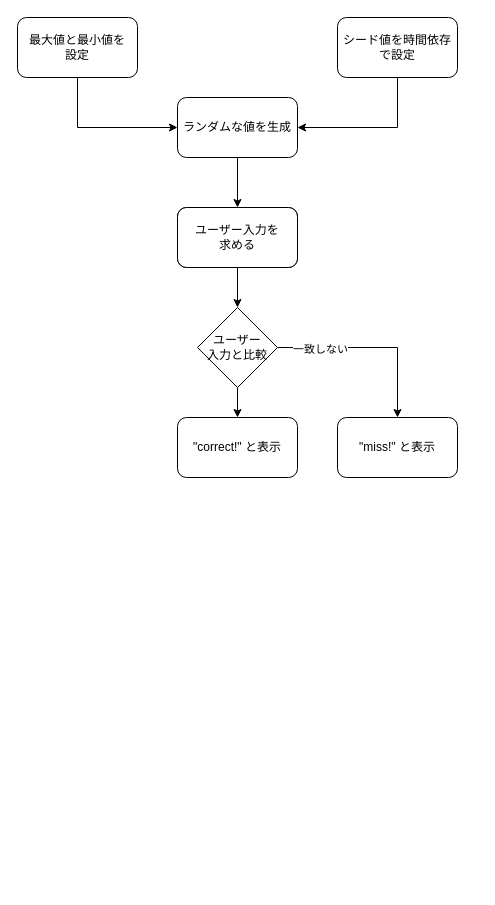
This is 4-2.drawio from Rumia-Channel/Programing_Enshu_1, a draw.io file, before an edit. Source tidied: cells renumbered, new cells numbered last; positions are measured from the earlier drawing's top-left corner, leaving out a move shared by most shapes. Both pictures are drawn from the tidied source at 100%, with x=0, y=0 at pixel (17, 17).
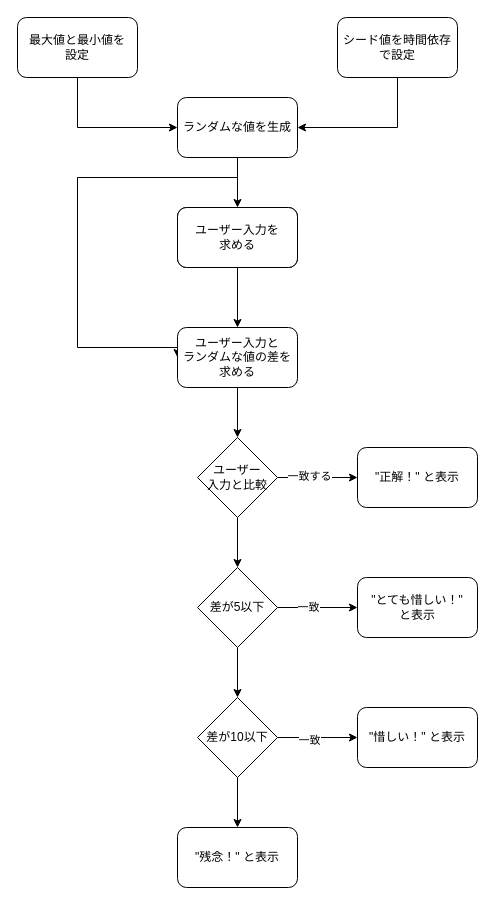
The same diagram, later.

Commit message:
4-2.drawio を更新します

Unchanged cells that the change refers to:
```xml
<mxCell id="4" value="ユーザー入力を&lt;div&gt;求める&lt;/div&gt;" style="rounded=1;whiteSpace=wrap;html=1;" parent="1" vertex="1">
  <mxGeometry x="160" y="190" width="120" height="60" as="geometry" />
</mxCell>
<mxCell id="6" value="ランダムな値を生成" style="rounded=1;whiteSpace=wrap;html=1;" parent="1" vertex="1">
  <mxGeometry x="160" y="80" width="120" height="60" as="geometry" />
</mxCell>
```

Change to the diagram source:
```diff
@@
-    <mxCell id="3" style="edgeStyle=orthogonalEdgeStyle;rounded=0;jettySize=auto;html=1;" parent="1" edge="1" source="4" target="10">
-      <mxGeometry relative="1" as="geometry" />
-    </mxCell>
+    <mxCell id="17" style="edgeStyle=orthogonalEdgeStyle;rounded=0;jettySize=auto;html=1;entryX=0.5;entryY=0;entryDx=0;entryDy=0;" parent="1" edge="1" source="4" target="22">
+      <mxGeometry relative="1" as="geometry" />
+    </mxCell>
@@
+    <mxCell id="18" style="edgeStyle=orthogonalEdgeStyle;rounded=0;jettySize=auto;html=1;entryX=0;entryY=0.5;entryDx=0;entryDy=0;" parent="1" edge="1" source="6" target="22">
+      <mxGeometry relative="1" as="geometry">
+        <Array as="points">
+          <mxPoint x="220" y="160" />
+          <mxPoint x="60" y="160" />
+          <mxPoint x="60" y="330" />
+        </Array>
+      </mxGeometry>
+    </mxCell>
@@
-    <mxCell id="7" style="edgeStyle=orthogonalEdgeStyle;rounded=0;jettySize=auto;html=1;" parent="1" edge="1" source="10" target="11">
-      <mxGeometry relative="1" as="geometry" />
-    </mxCell>
-    <mxCell id="8" style="edgeStyle=orthogonalEdgeStyle;rounded=0;jettySize=auto;html=1;entryX=0.5;entryY=0;entryDx=0;entryDy=0;" parent="1" edge="1" source="10" target="12">
+    <mxCell id="8" style="edgeStyle=orthogonalEdgeStyle;rounded=0;jettySize=auto;html=1;" parent="1" edge="1" source="10" target="12">
       <mxGeometry relative="1" as="geometry" />
     </mxCell>
-    <mxCell id="9" value="一致しない" style="edgeLabel;html=1;align=center;verticalAlign=middle;" parent="8" vertex="1">
-      <mxGeometry x="-0.56" y="-1" relative="1" as="geometry" />
-    </mxCell>
+    <mxCell id="19" value="一致する" style="edgeLabel;html=1;align=center;verticalAlign=middle;" parent="8" vertex="1">
+      <mxGeometry x="-0.23" y="2" relative="1" as="geometry" />
+    </mxCell>
+    <mxCell id="20" style="edgeStyle=orthogonalEdgeStyle;rounded=0;jettySize=auto;html=1;" parent="1" edge="1" source="10" target="26">
+      <mxGeometry relative="1" as="geometry" />
+    </mxCell>
     <mxCell id="10" value="ユーザー&lt;div&gt;入力と比較&lt;/div&gt;" style="rhombus;whiteSpace=wrap;html=1;" parent="1" vertex="1">
-      <mxGeometry x="180" y="290" width="80" height="80" as="geometry" />
+      <mxGeometry x="180" y="420" width="80" height="80" as="geometry" />
     </mxCell>
-    <mxCell id="11" value="&quot;correct!&quot; と表示" style="rounded=1;whiteSpace=wrap;html=1;" parent="1" vertex="1">
-      <mxGeometry x="160" y="400" width="120" height="60" as="geometry" />
-    </mxCell>
-    <mxCell id="12" value="&quot;miss!&quot; と表示" style="rounded=1;whiteSpace=wrap;html=1;" parent="1" vertex="1">
-      <mxGeometry x="320" y="400" width="120" height="60" as="geometry" />
+    <mxCell id="12" value="&quot;正解！&quot; と表示" style="rounded=1;whiteSpace=wrap;html=1;" parent="1" vertex="1">
+      <mxGeometry x="340" y="430" width="120" height="60" as="geometry" />
     </mxCell>
@@
+    <mxCell id="21" style="edgeStyle=orthogonalEdgeStyle;rounded=0;jettySize=auto;html=1;entryX=0.5;entryY=0;entryDx=0;entryDy=0;" parent="1" edge="1" source="22" target="10">
+      <mxGeometry relative="1" as="geometry" />
+    </mxCell>
+    <mxCell id="22" value="ユーザー入力と&lt;div&gt;ランダムな値の差を求める&lt;/div&gt;" style="rounded=1;whiteSpace=wrap;html=1;" parent="1" vertex="1">
+      <mxGeometry x="160" y="310" width="120" height="60" as="geometry" />
+    </mxCell>
+    <mxCell id="23" style="edgeStyle=orthogonalEdgeStyle;rounded=0;jettySize=auto;html=1;" parent="1" edge="1" source="26" target="27">
+      <mxGeometry relative="1" as="geometry" />
+    </mxCell>
+    <mxCell id="24" value="一致" style="edgeLabel;html=1;align=center;verticalAlign=middle;" parent="23" vertex="1">
+      <mxGeometry x="-0.26" y="1" relative="1" as="geometry" />
+    </mxCell>
+    <mxCell id="25" style="edgeStyle=orthogonalEdgeStyle;rounded=0;jettySize=auto;html=1;" parent="1" edge="1" source="26" target="31">
+      <mxGeometry relative="1" as="geometry" />
+    </mxCell>
+    <mxCell id="26" value="差が5以下" style="rhombus;whiteSpace=wrap;html=1;" parent="1" vertex="1">
+      <mxGeometry x="180" y="550" width="80" height="80" as="geometry" />
+    </mxCell>
+    <mxCell id="27" value="&quot;とても惜しい！&quot;&lt;div&gt;と表示&lt;/div&gt;" style="rounded=1;whiteSpace=wrap;html=1;" parent="1" vertex="1">
+      <mxGeometry x="340" y="560" width="120" height="60" as="geometry" />
+    </mxCell>
+    <mxCell id="28" style="edgeStyle=orthogonalEdgeStyle;rounded=0;jettySize=auto;html=1;" parent="1" edge="1" source="31" target="32">
+      <mxGeometry relative="1" as="geometry" />
+    </mxCell>
+    <mxCell id="29" value="一致" style="edgeLabel;html=1;align=center;verticalAlign=middle;" parent="28" vertex="1">
+      <mxGeometry x="-0.23" y="-2" relative="1" as="geometry" />
+    </mxCell>
+    <mxCell id="30" style="edgeStyle=orthogonalEdgeStyle;rounded=0;jettySize=auto;html=1;" parent="1" edge="1" source="31" target="33">
+      <mxGeometry relative="1" as="geometry" />
+    </mxCell>
+    <mxCell id="31" value="差が10以下" style="rhombus;whiteSpace=wrap;html=1;" parent="1" vertex="1">
+      <mxGeometry x="180" y="680" width="80" height="80" as="geometry" />
+    </mxCell>
+    <mxCell id="32" value="&quot;惜しい！&quot; と表示" style="rounded=1;whiteSpace=wrap;html=1;" parent="1" vertex="1">
+      <mxGeometry x="340" y="690" width="120" height="60" as="geometry" />
+    </mxCell>
+    <mxCell id="33" value="&quot;残念！&quot; と表示" style="rounded=1;whiteSpace=wrap;html=1;" parent="1" vertex="1">
+      <mxGeometry x="160" y="810" width="120" height="60" as="geometry" />
+    </mxCell>
```
